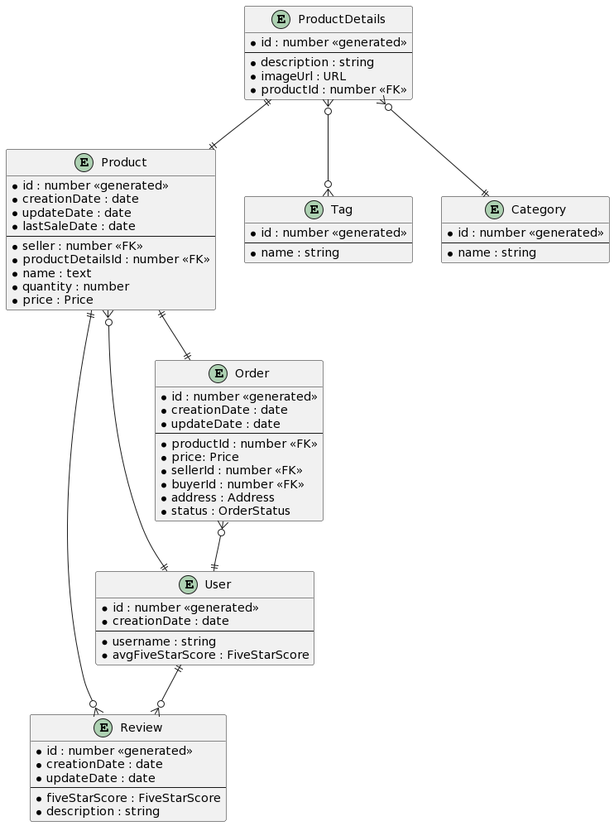
Above: images/erd.png in BartoszSocki/spring-sveltekit-oauth2-proof-of-concept (PlantUML), before the change. The source it was exported from:
```plantuml
@startuml

entity "Product" as product {
  *id : number <<generated>>
  *creationDate : date
  *updateDate : date
  *lastSaleDate : date
  --
  *seller : number <<FK>>
  *productDetailsId : number <<FK>>
  *name : text
  *quantity : number
  *price : Price
}

entity "ProductDetails" as productDetails {
  *id : number <<generated>>
  --
  *description : string
  *imageUrl : URL
  *productId : number <<FK>>
}

entity "Tag" as tag {
  *id : number <<generated>>
  --
  *name : string
}

entity "Category" as category {
  *id : number <<generated>>
  --
  *name : string
}

entity "Review" as review {
  *id : number <<generated>>
  *creationDate : date
  *updateDate : date
  --
  *fiveStarScore : FiveStarScore
  *description : string
}

entity "User" as user {
  *id : number <<generated>>
  *creationDate : date
  --
  *username : string
  *avgFiveStarScore : FiveStarScore
}

entity "Order" as order {
  *id : number <<generated>>
  *creationDate : date
  *updateDate : date
  --
  *productId : number <<FK>>
  *price: Price
  *sellerId : number <<FK>>
  *buyerId : number <<FK>>
  *address : Address
  *status : OrderStatus
}


productDetails }o--o{ tag
productDetails }o--|| category
productDetails ||--|| product
order }o--|| user
product }o--|| user
product ||--|| order
product ||--o{ review
user ||--o{ review
@enduml
```
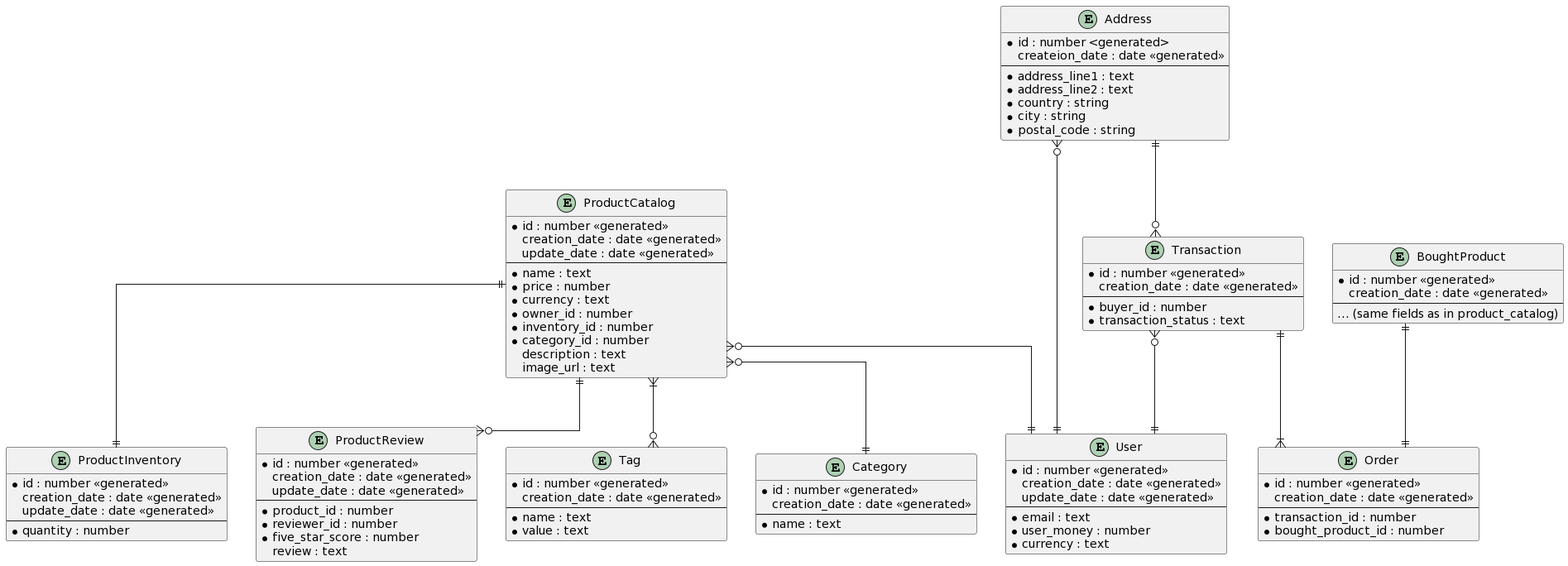
Above is the later version.

The edit, as a diff of the source:
```diff
@@ -1,75 +1,107 @@
 @startuml
+skinparam linetype ortho
 
-entity "Product" as product {
+entity "ProductCatalog" as product_catalog {
   *id : number <<generated>>
-  *creationDate : date
-  *updateDate : date
-  *lastSaleDate : date
+  creation_date : date <<generated>>
+  update_date : date <<generated>>
   --
-  *seller : number <<FK>>
-  *productDetailsId : number <<FK>>
   *name : text
-  *quantity : number
-  *price : Price
+  *price : number
+  *currency : text
+  *owner_id : number
+  *inventory_id : number
+  *category_id : number
+  description : text
+  image_url : text
 }
 
-entity "ProductDetails" as productDetails {
+entity "ProductInventory" as product_inventory {
   *id : number <<generated>>
+  creation_date : date <<generated>>
+  update_date : date <<generated>>
   --
-  *description : string
-  *imageUrl : URL
-  *productId : number <<FK>>
+  *quantity : number
+}
+
+entity "Address" as address {
+  *id : number <generated>
+  createion_date : date <<generated>>
+  --
+  *address_line1 : text
+  *address_line2 : text
+  *country : string
+  *city : string
+  *postal_code : string
+}
+
+entity "ProductReview" as product_review {
+  *id : number <<generated>>
+  creation_date : date <<generated>>
+  update_date : date <<generated>>
+  --
+  *product_id : number
+  *reviewer_id : number
+  *five_star_score : number
+  review : text
+}
+
+entity "User" as user {
+  *id : number <<generated>>
+  creation_date : date <<generated>>
+  update_date : date <<generated>>
+  --
+  *email : text
+  *user_money : number
+  *currency : text
 }
 
 entity "Tag" as tag {
   *id : number <<generated>>
+  creation_date : date <<generated>>
   --
-  *name : string
+  *name : text
+  *value : text
 }
 
 entity "Category" as category {
   *id : number <<generated>>
+  creation_date : date <<generated>>
   --
-  *name : string
+  *name : text
 }
 
-entity "Review" as review {
+entity "BoughtProduct" as bought_product {
   *id : number <<generated>>
-  *creationDate : date
-  *updateDate : date
+  creation_date : date <<generated>>
   --
-  *fiveStarScore : FiveStarScore
-  *description : string
+  ... (same fields as in product_catalog)
 }
 
-entity "User" as user {
+entity "Transaction" as transaction {
   *id : number <<generated>>
-  *creationDate : date
+  creation_date : date <<generated>>
   --
-  *username : string
-  *avgFiveStarScore : FiveStarScore
+  *buyer_id : number
+  *transaction_status : text
 }
 
 entity "Order" as order {
   *id : number <<generated>>
-  *creationDate : date
-  *updateDate : date
+  creation_date : date <<generated>>
   --
-  *productId : number <<FK>>
-  *price: Price
-  *sellerId : number <<FK>>
-  *buyerId : number <<FK>>
-  *address : Address
-  *status : OrderStatus
+  *transaction_id : number
+  *bought_product_id : number
 }
 
-
-productDetails }o--o{ tag
-productDetails }o--|| category
-productDetails ||--|| product
-order }o--|| user
-product }o--|| user
-product ||--|| order
-product ||--o{ review
-user ||--o{ review
+transaction ||--|{ order
+transaction }o--|| user
+product_catalog ||--o{ product_review
+product_catalog }|--o{ tag
+product_catalog }o--|| category
+product_catalog ||--|| product_inventory
+product_catalog }o--|| user
+bought_product ||--|| order
+address }o--|| user
+address ||--o{ transaction
 @enduml
```
